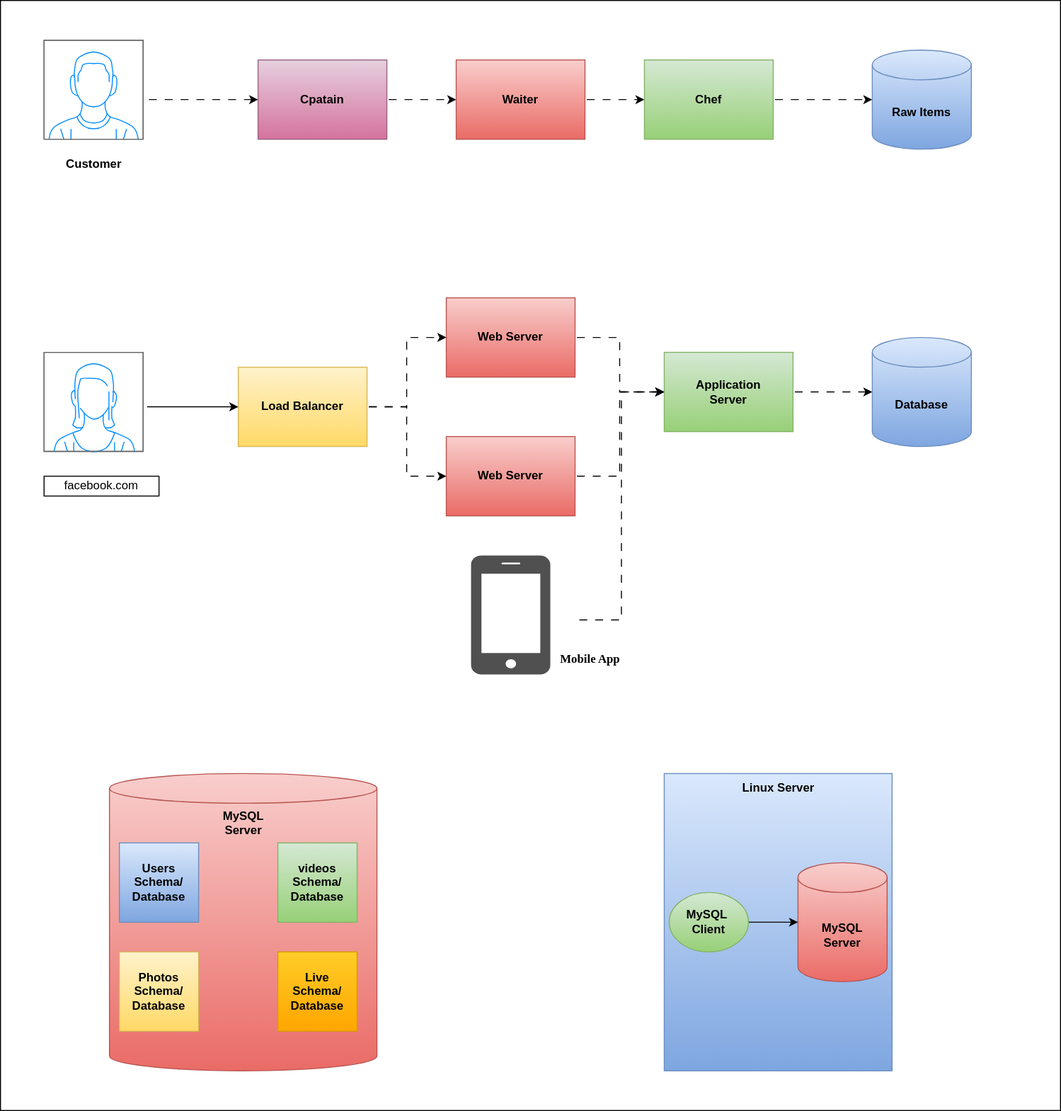
Earlier version of the draw.io export 3-tier-architecture.svg (Chakradhar710/expense-documentation). Source tidied: cells renumbered, new cells last; positions are measured from the earlier drawing's top-left corner, leaving out a move shared by most shapes.
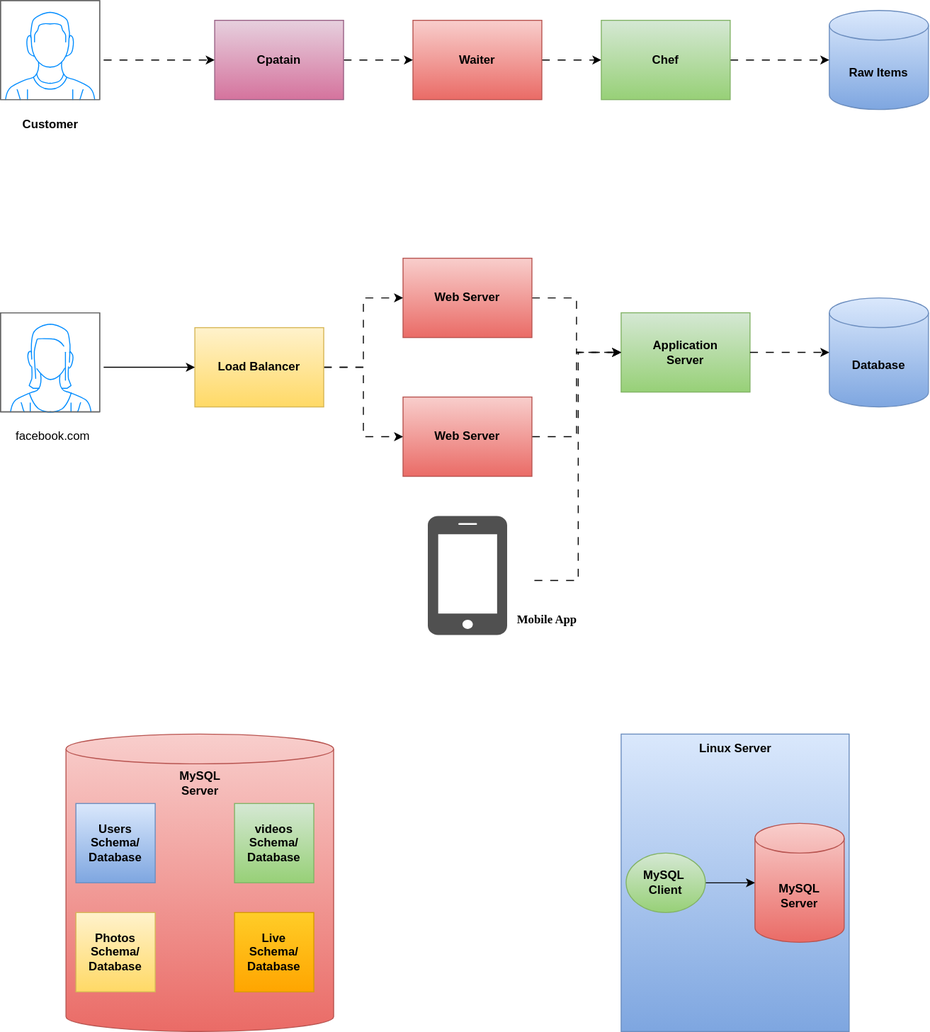
Later version of the same file.

What changed in the source:
```diff
@@ -2,9 +2,6 @@
   <root>
     <mxCell id="0" />
     <mxCell id="1" parent="0" />
-    <mxCell id="2" style="rounded=0;whiteSpace=wrap;html=1;" parent="1" vertex="1">
-      <mxGeometry width="1070" height="1120" as="geometry" />
-    </mxCell>
     <mxCell id="3" value="&lt;b&gt;Raw Items&lt;/b&gt;" style="shape=cylinder3;whiteSpace=wrap;html=1;boundedLbl=1;backgroundOutline=1;size=15;fillColor=#dae8fc;gradientColor=#7ea6e0;strokeColor=#6c8ebf;" parent="1" vertex="1">
       <mxGeometry x="880" y="50" width="100" height="100" as="geometry" />
     </mxCell>
@@ -122,8 +119,8 @@
     <mxCell id="39" style="verticalLabelPosition=bottom;shadow=0;dashed=0;align=center;html=1;verticalAlign=top;strokeWidth=1;shape=mxgraph.mockup.containers.userFemale;strokeColor=#666666;strokeColor2=#008cff;" parent="1" vertex="1">
       <mxGeometry x="44" y="355" width="100" height="100" as="geometry" />
     </mxCell>
-    <mxCell id="40" value="facebook.com" style="rounded=0;whiteSpace=wrap;html=1;" parent="1" vertex="1">
-      <mxGeometry x="44" y="480" width="116" height="20" as="geometry" />
+    <mxCell id="40" value="facebook.com" style="text;html=1;whiteSpace=wrap;strokeColor=none;fillColor=none;align=center;verticalAlign=middle;rounded=0;" parent="1" vertex="1">
+      <mxGeometry x="44" y="455" width="106" height="50" as="geometry" />
     </mxCell>
   </root>
 </mxGraphModel>
```
